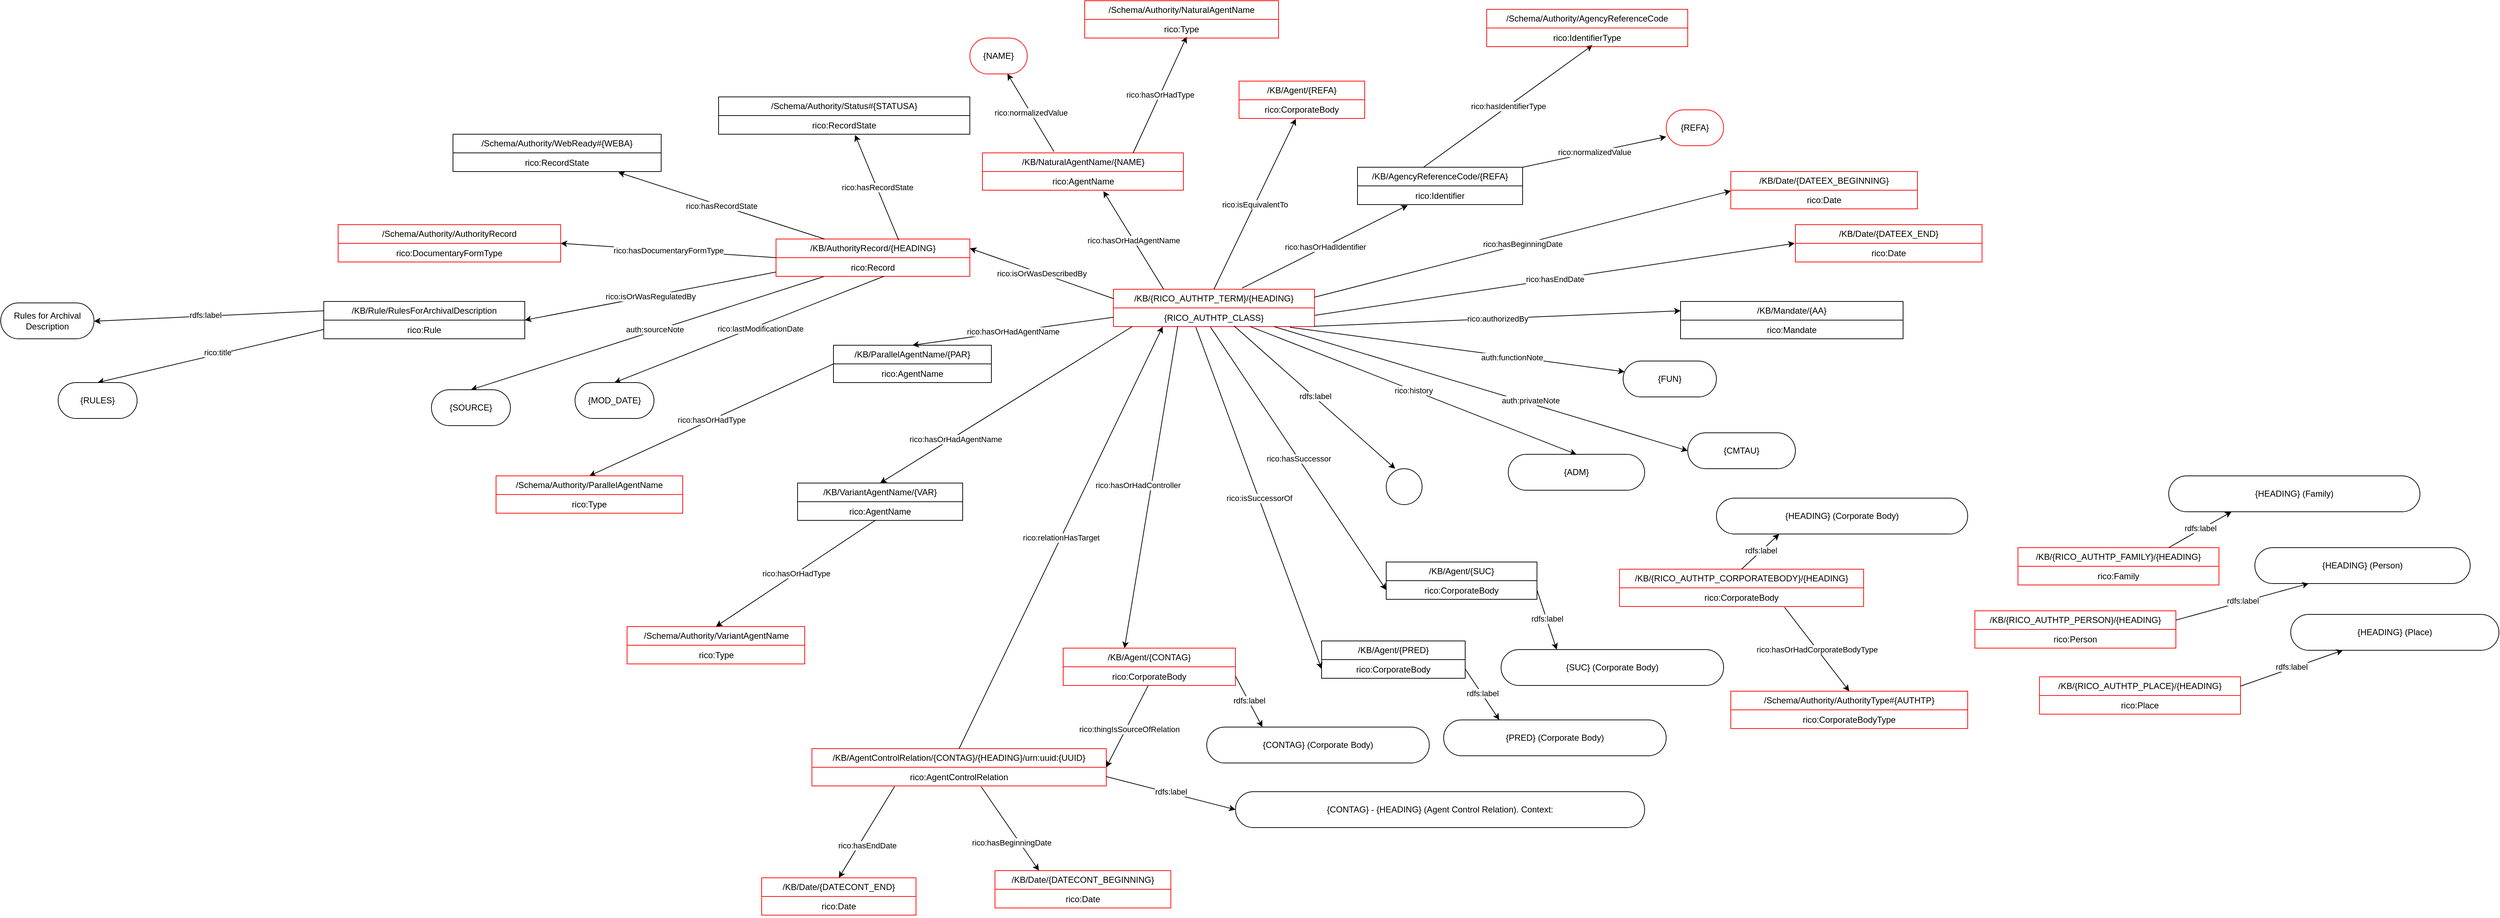
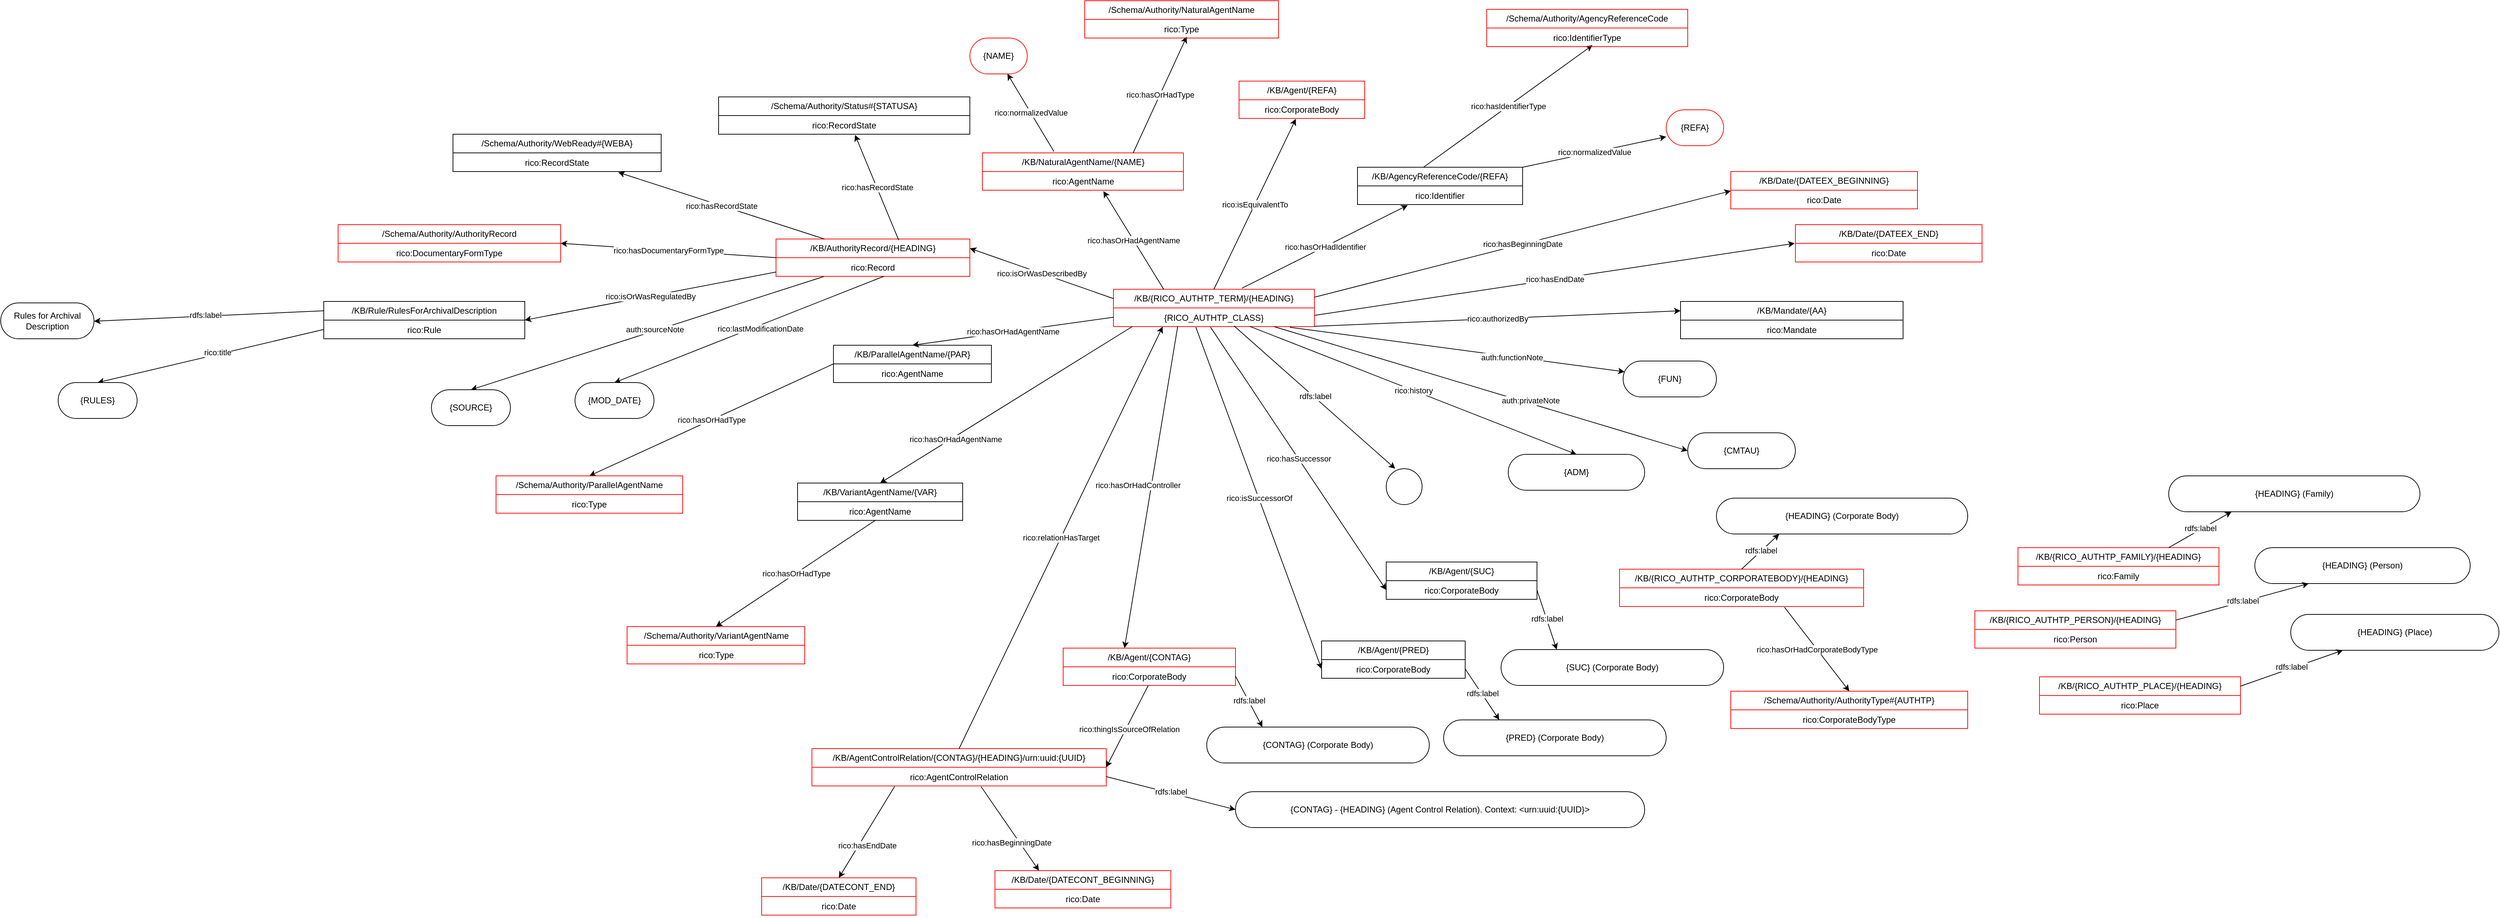
<mxfile host="app.diagrams.net" agent="Mozilla/5.0 (Macintosh; Intel Mac OS X 10_15_7) AppleWebKit/537.36 (KHTML, like Gecko) Chrome/137.0.0.0 Safari/537.36" version="27.1.6">
  <diagram name="Page-1" id="JNRxnBV9_3tvGunqLC9R">
    <mxGraphModel dx="2725" dy="1530" grid="1" gridSize="10" guides="1" tooltips="1" connect="1" arrows="1" fold="1" page="1" pageScale="1" pageWidth="850" pageHeight="1100" background="#FFFFFF" math="0" shadow="0">
      <root>
        <mxCell id="0" />
        <mxCell id="1" parent="0" />
        <mxCell id="gmwnegnUR_CNORKRYM6Y-1" value="/KB/{RICO_AUTHTP_TERM}/{HEADING}" style="swimlane;fontStyle=0;childLayout=stackLayout;horizontal=1;startSize=26;fillColor=none;horizontalStack=0;resizeParent=1;resizeParentMax=0;resizeLast=0;collapsible=1;marginBottom=0;whiteSpace=wrap;html=1;strokeColor=#FF0000;" parent="1" vertex="1">
          <mxGeometry x="240" y="370" width="280" height="52" as="geometry" />
        </mxCell>
        <mxCell id="gmwnegnUR_CNORKRYM6Y-2" value="{RICO_AUTHTP_CLASS}" style="text;strokeColor=none;fillColor=none;align=center;verticalAlign=top;spacingLeft=4;spacingRight=4;overflow=hidden;rotatable=0;points=[[0,0.5],[1,0.5]];portConstraint=eastwest;whiteSpace=wrap;html=1;" parent="gmwnegnUR_CNORKRYM6Y-1" vertex="1">
          <mxGeometry y="26" width="280" height="26" as="geometry" />
        </mxCell>
        <mxCell id="gmwnegnUR_CNORKRYM6Y-10" value="" style="endArrow=classic;html=1;rounded=0;exitX=0.356;exitY=-0.034;exitDx=0;exitDy=0;exitPerimeter=0;entryX=0.654;entryY=0.996;entryDx=0;entryDy=0;entryPerimeter=0;" parent="1" source="iiJ8OJKaNMLrSCaLO3TT-1" target="gmwnegnUR_CNORKRYM6Y-12" edge="1">
          <mxGeometry relative="1" as="geometry">
            <mxPoint x="230" y="180" as="sourcePoint" />
            <mxPoint x="190" y="130" as="targetPoint" />
          </mxGeometry>
        </mxCell>
        <mxCell id="gmwnegnUR_CNORKRYM6Y-11" value="rico:normalizedValue" style="edgeLabel;resizable=0;html=1;;align=center;verticalAlign=middle;" parent="gmwnegnUR_CNORKRYM6Y-10" connectable="0" vertex="1">
          <mxGeometry relative="1" as="geometry" />
        </mxCell>
        <mxCell id="gmwnegnUR_CNORKRYM6Y-12" value="{NAME}" style="html=1;whiteSpace=wrap;rounded=1;arcSize=50;strokeColor=#FF0000;" parent="1" vertex="1">
          <mxGeometry x="40" y="20" width="80" height="50" as="geometry" />
        </mxCell>
        <mxCell id="gmwnegnUR_CNORKRYM6Y-13" value="/KB/AgencyReferenceCode/{REFA}" style="swimlane;fontStyle=0;childLayout=stackLayout;horizontal=1;startSize=26;fillColor=none;horizontalStack=0;resizeParent=1;resizeParentMax=0;resizeLast=0;collapsible=1;marginBottom=0;whiteSpace=wrap;html=1;" parent="1" vertex="1">
          <mxGeometry x="580" y="200" width="230" height="52" as="geometry">
            <mxRectangle x="981" y="570" width="50" height="40" as="alternateBounds" />
          </mxGeometry>
        </mxCell>
        <mxCell id="gmwnegnUR_CNORKRYM6Y-14" value="rico:Identifier" style="text;strokeColor=none;fillColor=none;align=center;verticalAlign=top;spacingLeft=4;spacingRight=4;overflow=hidden;rotatable=0;points=[[0,0.5],[1,0.5]];portConstraint=eastwest;whiteSpace=wrap;html=1;" parent="gmwnegnUR_CNORKRYM6Y-13" vertex="1">
          <mxGeometry y="26" width="230" height="26" as="geometry" />
        </mxCell>
        <mxCell id="gmwnegnUR_CNORKRYM6Y-16" value="" style="endArrow=classic;html=1;rounded=0;entryX=0.304;entryY=1.038;entryDx=0;entryDy=0;entryPerimeter=0;exitX=0.64;exitY=-0.029;exitDx=0;exitDy=0;exitPerimeter=0;" parent="1" source="gmwnegnUR_CNORKRYM6Y-1" target="gmwnegnUR_CNORKRYM6Y-14" edge="1">
          <mxGeometry relative="1" as="geometry">
            <mxPoint x="410" y="350" as="sourcePoint" />
            <mxPoint x="490" y="300" as="targetPoint" />
          </mxGeometry>
        </mxCell>
        <mxCell id="gmwnegnUR_CNORKRYM6Y-17" value="rico:hasOrHadIdentifier" style="edgeLabel;resizable=0;html=1;;align=center;verticalAlign=middle;" parent="gmwnegnUR_CNORKRYM6Y-16" connectable="0" vertex="1">
          <mxGeometry relative="1" as="geometry" />
        </mxCell>
        <mxCell id="gmwnegnUR_CNORKRYM6Y-18" value="" style="endArrow=classic;html=1;rounded=0;exitX=0.4;exitY=0;exitDx=0;exitDy=0;exitPerimeter=0;entryX=0.526;entryY=0.923;entryDx=0;entryDy=0;entryPerimeter=0;" parent="1" source="gmwnegnUR_CNORKRYM6Y-13" target="lstVy3rX84DfsURla7Zy-17" edge="1">
          <mxGeometry relative="1" as="geometry">
            <mxPoint x="320" y="60" as="sourcePoint" />
            <mxPoint x="810" y="140" as="targetPoint" />
          </mxGeometry>
        </mxCell>
        <mxCell id="gmwnegnUR_CNORKRYM6Y-19" value="rico:hasIdentifierType" style="edgeLabel;resizable=0;html=1;;align=center;verticalAlign=middle;" parent="gmwnegnUR_CNORKRYM6Y-18" connectable="0" vertex="1">
          <mxGeometry relative="1" as="geometry" />
        </mxCell>
        <mxCell id="iiJ8OJKaNMLrSCaLO3TT-1" value="/KB/NaturalAgentName/{NAME}" style="swimlane;fontStyle=0;childLayout=stackLayout;horizontal=1;startSize=26;fillColor=none;horizontalStack=0;resizeParent=1;resizeParentMax=0;resizeLast=0;collapsible=1;marginBottom=0;whiteSpace=wrap;html=1;strokeColor=#FF0000;" parent="1" vertex="1">
          <mxGeometry x="57.5" y="180" width="280" height="52" as="geometry">
            <mxRectangle x="981" y="570" width="50" height="40" as="alternateBounds" />
          </mxGeometry>
        </mxCell>
        <mxCell id="iiJ8OJKaNMLrSCaLO3TT-2" value="rico:AgentName" style="text;strokeColor=none;fillColor=none;align=center;verticalAlign=top;spacingLeft=4;spacingRight=4;overflow=hidden;rotatable=0;points=[[0,0.5],[1,0.5]];portConstraint=eastwest;whiteSpace=wrap;html=1;" parent="iiJ8OJKaNMLrSCaLO3TT-1" vertex="1">
          <mxGeometry y="26" width="280" height="26" as="geometry" />
        </mxCell>
        <mxCell id="iiJ8OJKaNMLrSCaLO3TT-3" value="" style="endArrow=classic;html=1;rounded=0;exitX=0.25;exitY=0;exitDx=0;exitDy=0;entryX=0.602;entryY=1.051;entryDx=0;entryDy=0;entryPerimeter=0;" parent="1" source="gmwnegnUR_CNORKRYM6Y-1" target="iiJ8OJKaNMLrSCaLO3TT-2" edge="1">
          <mxGeometry relative="1" as="geometry">
            <mxPoint x="330" y="362" as="sourcePoint" />
            <mxPoint x="280" y="280" as="targetPoint" />
          </mxGeometry>
        </mxCell>
        <mxCell id="iiJ8OJKaNMLrSCaLO3TT-4" value="rico:hasOrHadAgentName" style="edgeLabel;resizable=0;html=1;;align=center;verticalAlign=middle;" parent="iiJ8OJKaNMLrSCaLO3TT-3" connectable="0" vertex="1">
          <mxGeometry relative="1" as="geometry" />
        </mxCell>
        <mxCell id="iiJ8OJKaNMLrSCaLO3TT-9" value="" style="endArrow=classic;html=1;rounded=0;exitX=1.001;exitY=0.212;exitDx=0;exitDy=0;exitPerimeter=0;entryX=0;entryY=0.038;entryDx=0;entryDy=0;strokeColor=#000000;entryPerimeter=0;" parent="1" source="gmwnegnUR_CNORKRYM6Y-1" target="iiJ8OJKaNMLrSCaLO3TT-12" edge="1">
          <mxGeometry relative="1" as="geometry">
            <mxPoint x="500" y="400.0000000000002" as="sourcePoint" />
            <mxPoint x="720" y="360" as="targetPoint" />
          </mxGeometry>
        </mxCell>
        <mxCell id="iiJ8OJKaNMLrSCaLO3TT-10" value="rico:hasBeginningDate" style="edgeLabel;resizable=0;html=1;;align=center;verticalAlign=middle;" parent="iiJ8OJKaNMLrSCaLO3TT-9" connectable="0" vertex="1">
          <mxGeometry relative="1" as="geometry" />
        </mxCell>
        <mxCell id="iiJ8OJKaNMLrSCaLO3TT-11" value="/KB/Date/{DATEEX_BEGINNING}" style="swimlane;fontStyle=0;childLayout=stackLayout;horizontal=1;startSize=26;fillColor=none;horizontalStack=0;resizeParent=1;resizeParentMax=0;resizeLast=0;collapsible=1;marginBottom=0;whiteSpace=wrap;html=1;strokeColor=#FF0000;" parent="1" vertex="1">
          <mxGeometry x="1100" y="206" width="260" height="52" as="geometry" />
        </mxCell>
        <mxCell id="iiJ8OJKaNMLrSCaLO3TT-12" value="rico:Date" style="text;strokeColor=none;fillColor=none;align=center;verticalAlign=top;spacingLeft=4;spacingRight=4;overflow=hidden;rotatable=0;points=[[0,0.5],[1,0.5]];portConstraint=eastwest;whiteSpace=wrap;html=1;" parent="iiJ8OJKaNMLrSCaLO3TT-11" vertex="1">
          <mxGeometry y="26" width="260" height="26" as="geometry" />
        </mxCell>
        <mxCell id="iiJ8OJKaNMLrSCaLO3TT-17" value="" style="endArrow=classic;html=1;rounded=0;exitX=1.001;exitY=0.397;exitDx=0;exitDy=0;exitPerimeter=0;entryX=-0.004;entryY=0;entryDx=0;entryDy=0;entryPerimeter=0;strokeColor=#000000;" parent="1" source="gmwnegnUR_CNORKRYM6Y-2" target="iiJ8OJKaNMLrSCaLO3TT-20" edge="1">
          <mxGeometry relative="1" as="geometry">
            <mxPoint x="480" y="400.0000000000002" as="sourcePoint" />
            <mxPoint x="620" y="400" as="targetPoint" />
          </mxGeometry>
        </mxCell>
        <mxCell id="iiJ8OJKaNMLrSCaLO3TT-18" value="rico:hasEndDate" style="edgeLabel;resizable=0;html=1;;align=center;verticalAlign=middle;" parent="iiJ8OJKaNMLrSCaLO3TT-17" connectable="0" vertex="1">
          <mxGeometry relative="1" as="geometry" />
        </mxCell>
        <mxCell id="iiJ8OJKaNMLrSCaLO3TT-19" value="/KB/Date/{DATEEX_END}" style="swimlane;fontStyle=0;childLayout=stackLayout;horizontal=1;startSize=26;fillColor=none;horizontalStack=0;resizeParent=1;resizeParentMax=0;resizeLast=0;collapsible=1;marginBottom=0;whiteSpace=wrap;html=1;strokeColor=#FF0000;" parent="1" vertex="1">
          <mxGeometry x="1190" y="280" width="260" height="52" as="geometry" />
        </mxCell>
        <mxCell id="iiJ8OJKaNMLrSCaLO3TT-20" value="rico:Date" style="text;strokeColor=none;fillColor=none;align=center;verticalAlign=top;spacingLeft=4;spacingRight=4;overflow=hidden;rotatable=0;points=[[0,0.5],[1,0.5]];portConstraint=eastwest;whiteSpace=wrap;html=1;" parent="iiJ8OJKaNMLrSCaLO3TT-19" vertex="1">
          <mxGeometry y="26" width="260" height="26" as="geometry" />
        </mxCell>
        <mxCell id="_-RjwaxhbeTWfwVWe4ke-1" value="/KB/Mandate/{AA}" style="swimlane;fontStyle=0;childLayout=stackLayout;horizontal=1;startSize=26;fillColor=none;horizontalStack=0;resizeParent=1;resizeParentMax=0;resizeLast=0;collapsible=1;marginBottom=0;whiteSpace=wrap;html=1;" parent="1" vertex="1">
          <mxGeometry x="1030" y="387" width="310" height="52" as="geometry" />
        </mxCell>
        <mxCell id="_-RjwaxhbeTWfwVWe4ke-2" value="rico:Mandate" style="text;strokeColor=none;fillColor=none;align=center;verticalAlign=top;spacingLeft=4;spacingRight=4;overflow=hidden;rotatable=0;points=[[0,0.5],[1,0.5]];portConstraint=eastwest;whiteSpace=wrap;html=1;" parent="_-RjwaxhbeTWfwVWe4ke-1" vertex="1">
          <mxGeometry y="26" width="310" height="26" as="geometry" />
        </mxCell>
        <mxCell id="_-RjwaxhbeTWfwVWe4ke-3" value="" style="endArrow=classic;html=1;rounded=0;exitX=0.999;exitY=0.987;exitDx=0;exitDy=0;exitPerimeter=0;entryX=0;entryY=0.25;entryDx=0;entryDy=0;" parent="1" source="gmwnegnUR_CNORKRYM6Y-2" target="_-RjwaxhbeTWfwVWe4ke-1" edge="1">
          <mxGeometry relative="1" as="geometry">
            <mxPoint x="490" y="500" as="sourcePoint" />
            <mxPoint x="630" y="500" as="targetPoint" />
          </mxGeometry>
        </mxCell>
        <mxCell id="_-RjwaxhbeTWfwVWe4ke-4" value="rico:authorizedBy" style="edgeLabel;resizable=0;html=1;;align=center;verticalAlign=middle;" parent="_-RjwaxhbeTWfwVWe4ke-3" connectable="0" vertex="1">
          <mxGeometry relative="1" as="geometry" />
        </mxCell>
        <mxCell id="_-RjwaxhbeTWfwVWe4ke-13" value="" style="endArrow=classic;html=1;rounded=0;exitX=0.678;exitY=0.987;exitDx=0;exitDy=0;exitPerimeter=0;entryX=0.5;entryY=0;entryDx=0;entryDy=0;" parent="1" source="gmwnegnUR_CNORKRYM6Y-2" target="_-RjwaxhbeTWfwVWe4ke-15" edge="1">
          <mxGeometry relative="1" as="geometry">
            <mxPoint x="330" y="540" as="sourcePoint" />
            <mxPoint x="600" y="630" as="targetPoint" />
          </mxGeometry>
        </mxCell>
        <mxCell id="_-RjwaxhbeTWfwVWe4ke-14" value="rico:history" style="edgeLabel;resizable=0;html=1;;align=center;verticalAlign=middle;" parent="_-RjwaxhbeTWfwVWe4ke-13" connectable="0" vertex="1">
          <mxGeometry relative="1" as="geometry" />
        </mxCell>
        <mxCell id="_-RjwaxhbeTWfwVWe4ke-15" value="{ADM}" style="html=1;whiteSpace=wrap;rounded=1;arcSize=50;" parent="1" vertex="1">
          <mxGeometry x="790" y="600" width="190" height="50" as="geometry" />
        </mxCell>
        <mxCell id="I4GB3cVhTv-sTvJ7h0Jz-26" value="" style="endArrow=classic;html=1;rounded=0;entryX=0.5;entryY=0;entryDx=0;entryDy=0;exitX=0.25;exitY=1;exitDx=0;exitDy=0;" parent="1" source="I4GB3cVhTv-sTvJ7h0Jz-29" target="I4GB3cVhTv-sTvJ7h0Jz-28" edge="1">
          <mxGeometry relative="1" as="geometry">
            <mxPoint x="-141" y="400" as="sourcePoint" />
            <mxPoint x="-140" y="650" as="targetPoint" />
          </mxGeometry>
        </mxCell>
        <mxCell id="I4GB3cVhTv-sTvJ7h0Jz-27" value="auth:sourceNote" style="edgeLabel;resizable=0;html=1;;align=center;verticalAlign=middle;" parent="I4GB3cVhTv-sTvJ7h0Jz-26" connectable="0" vertex="1">
          <mxGeometry relative="1" as="geometry">
            <mxPoint x="9" y="-5" as="offset" />
          </mxGeometry>
        </mxCell>
        <mxCell id="I4GB3cVhTv-sTvJ7h0Jz-28" value="{SOURCE}" style="html=1;whiteSpace=wrap;rounded=1;arcSize=50;" parent="1" vertex="1">
          <mxGeometry x="-710" y="510" width="110" height="50" as="geometry" />
        </mxCell>
        <mxCell id="I4GB3cVhTv-sTvJ7h0Jz-29" value="/KB/AuthorityRecord/{HEADING}" style="swimlane;fontStyle=0;childLayout=stackLayout;horizontal=1;startSize=26;fillColor=none;horizontalStack=0;resizeParent=1;resizeParentMax=0;resizeLast=0;collapsible=1;marginBottom=0;whiteSpace=wrap;html=1;strokeColor=#FF0000;" parent="1" vertex="1">
          <mxGeometry x="-230" y="300" width="270" height="52" as="geometry" />
        </mxCell>
        <mxCell id="I4GB3cVhTv-sTvJ7h0Jz-30" value="rico:Record" style="text;strokeColor=none;fillColor=none;align=center;verticalAlign=top;spacingLeft=4;spacingRight=4;overflow=hidden;rotatable=0;points=[[0,0.5],[1,0.5]];portConstraint=eastwest;whiteSpace=wrap;html=1;" parent="I4GB3cVhTv-sTvJ7h0Jz-29" vertex="1">
          <mxGeometry y="26" width="270" height="26" as="geometry" />
        </mxCell>
        <mxCell id="I4GB3cVhTv-sTvJ7h0Jz-31" value="" style="endArrow=classic;html=1;rounded=0;exitX=0;exitY=0.25;exitDx=0;exitDy=0;entryX=1;entryY=0.25;entryDx=0;entryDy=0;" parent="1" source="gmwnegnUR_CNORKRYM6Y-1" target="I4GB3cVhTv-sTvJ7h0Jz-29" edge="1">
          <mxGeometry relative="1" as="geometry">
            <mxPoint x="160" y="386" as="sourcePoint" />
            <mxPoint x="-110" y="380" as="targetPoint" />
          </mxGeometry>
        </mxCell>
        <mxCell id="I4GB3cVhTv-sTvJ7h0Jz-32" value="rico:isOrWasDescribedBy" style="edgeLabel;resizable=0;html=1;;align=center;verticalAlign=middle;" parent="I4GB3cVhTv-sTvJ7h0Jz-31" connectable="0" vertex="1">
          <mxGeometry relative="1" as="geometry" />
        </mxCell>
        <mxCell id="I4GB3cVhTv-sTvJ7h0Jz-33" value="" style="endArrow=classic;html=1;rounded=0;exitX=0;exitY=0.5;exitDx=0;exitDy=0;entryX=1;entryY=0.5;entryDx=0;entryDy=0;" parent="1" source="I4GB3cVhTv-sTvJ7h0Jz-29" target="I4GB3cVhTv-sTvJ7h0Jz-35" edge="1">
          <mxGeometry relative="1" as="geometry">
            <mxPoint x="-200" y="364" as="sourcePoint" />
            <mxPoint x="-410" y="410" as="targetPoint" />
          </mxGeometry>
        </mxCell>
        <mxCell id="I4GB3cVhTv-sTvJ7h0Jz-34" value="rico:hasDocumentaryFormType" style="edgeLabel;resizable=0;html=1;;align=center;verticalAlign=middle;" parent="I4GB3cVhTv-sTvJ7h0Jz-33" connectable="0" vertex="1">
          <mxGeometry relative="1" as="geometry" />
        </mxCell>
        <mxCell id="I4GB3cVhTv-sTvJ7h0Jz-35" value="/Schema/Authority/AuthorityRecord" style="swimlane;fontStyle=0;childLayout=stackLayout;horizontal=1;startSize=26;fillColor=none;horizontalStack=0;resizeParent=1;resizeParentMax=0;resizeLast=0;collapsible=1;marginBottom=0;whiteSpace=wrap;html=1;strokeColor=#FF0000;" parent="1" vertex="1">
          <mxGeometry x="-840" y="280" width="310" height="52" as="geometry">
            <mxRectangle x="981" y="570" width="50" height="40" as="alternateBounds" />
          </mxGeometry>
        </mxCell>
        <mxCell id="I4GB3cVhTv-sTvJ7h0Jz-36" value="rico:DocumentaryFormType" style="text;strokeColor=none;fillColor=none;align=center;verticalAlign=top;spacingLeft=4;spacingRight=4;overflow=hidden;rotatable=0;points=[[0,0.5],[1,0.5]];portConstraint=eastwest;whiteSpace=wrap;html=1;" parent="I4GB3cVhTv-sTvJ7h0Jz-35" vertex="1">
          <mxGeometry y="26" width="310" height="26" as="geometry" />
        </mxCell>
        <mxCell id="I4GB3cVhTv-sTvJ7h0Jz-37" value="" style="endArrow=classic;html=1;rounded=0;exitX=0;exitY=0.769;exitDx=0;exitDy=0;exitPerimeter=0;entryX=1;entryY=0.5;entryDx=0;entryDy=0;" parent="1" source="I4GB3cVhTv-sTvJ7h0Jz-30" target="mXWEuhzCrtuQsP6tQl7L-1" edge="1">
          <mxGeometry relative="1" as="geometry">
            <mxPoint x="-201" y="382" as="sourcePoint" />
            <mxPoint x="-411" y="470" as="targetPoint" />
          </mxGeometry>
        </mxCell>
        <mxCell id="I4GB3cVhTv-sTvJ7h0Jz-38" value="rico:isOrWasRegulatedBy" style="edgeLabel;resizable=0;html=1;;align=center;verticalAlign=middle;" parent="I4GB3cVhTv-sTvJ7h0Jz-37" connectable="0" vertex="1">
          <mxGeometry relative="1" as="geometry" />
        </mxCell>
        <mxCell id="lTHjRTAcClQ9bYR0I0Gv-9" value="" style="endArrow=classic;html=1;rounded=0;exitX=0.25;exitY=0;exitDx=0;exitDy=0;entryX=0.794;entryY=1.045;entryDx=0;entryDy=0;entryPerimeter=0;" parent="1" source="I4GB3cVhTv-sTvJ7h0Jz-29" target="lTHjRTAcClQ9bYR0I0Gv-12" edge="1">
          <mxGeometry relative="1" as="geometry">
            <mxPoint x="-220" y="422" as="sourcePoint" />
            <mxPoint x="-260" y="390" as="targetPoint" />
          </mxGeometry>
        </mxCell>
        <mxCell id="lTHjRTAcClQ9bYR0I0Gv-10" value="rico:hasRecordState" style="edgeLabel;resizable=0;html=1;;align=center;verticalAlign=middle;" parent="lTHjRTAcClQ9bYR0I0Gv-9" connectable="0" vertex="1">
          <mxGeometry relative="1" as="geometry" />
        </mxCell>
        <mxCell id="lTHjRTAcClQ9bYR0I0Gv-11" value="/Schema/Authority/WebReady#{WEBA}" style="swimlane;fontStyle=0;childLayout=stackLayout;horizontal=1;startSize=26;fillColor=none;horizontalStack=0;resizeParent=1;resizeParentMax=0;resizeLast=0;collapsible=1;marginBottom=0;whiteSpace=wrap;html=1;" parent="1" vertex="1">
          <mxGeometry x="-680" y="154" width="290" height="52" as="geometry">
            <mxRectangle x="981" y="570" width="50" height="40" as="alternateBounds" />
          </mxGeometry>
        </mxCell>
        <mxCell id="lTHjRTAcClQ9bYR0I0Gv-12" value="rico:RecordState" style="text;strokeColor=none;fillColor=none;align=center;verticalAlign=top;spacingLeft=4;spacingRight=4;overflow=hidden;rotatable=0;points=[[0,0.5],[1,0.5]];portConstraint=eastwest;whiteSpace=wrap;html=1;" parent="lTHjRTAcClQ9bYR0I0Gv-11" vertex="1">
          <mxGeometry y="26" width="290" height="26" as="geometry" />
        </mxCell>
        <mxCell id="lTHjRTAcClQ9bYR0I0Gv-13" value="/Schema/Authority/Status#{STATUSA}" style="swimlane;fontStyle=0;childLayout=stackLayout;horizontal=1;startSize=26;fillColor=none;horizontalStack=0;resizeParent=1;resizeParentMax=0;resizeLast=0;collapsible=1;marginBottom=0;whiteSpace=wrap;html=1;" parent="1" vertex="1">
          <mxGeometry x="-310" y="102" width="350" height="52" as="geometry">
            <mxRectangle x="981" y="570" width="50" height="40" as="alternateBounds" />
          </mxGeometry>
        </mxCell>
        <mxCell id="lTHjRTAcClQ9bYR0I0Gv-14" value="rico:RecordState" style="text;strokeColor=none;fillColor=none;align=center;verticalAlign=top;spacingLeft=4;spacingRight=4;overflow=hidden;rotatable=0;points=[[0,0.5],[1,0.5]];portConstraint=eastwest;whiteSpace=wrap;html=1;" parent="lTHjRTAcClQ9bYR0I0Gv-13" vertex="1">
          <mxGeometry y="26" width="350" height="26" as="geometry" />
        </mxCell>
        <mxCell id="lTHjRTAcClQ9bYR0I0Gv-15" value="" style="endArrow=classic;html=1;rounded=0;entryX=0.543;entryY=1.038;entryDx=0;entryDy=0;entryPerimeter=0;exitX=0.633;exitY=0.03;exitDx=0;exitDy=0;exitPerimeter=0;" parent="1" source="I4GB3cVhTv-sTvJ7h0Jz-29" target="lTHjRTAcClQ9bYR0I0Gv-14" edge="1">
          <mxGeometry relative="1" as="geometry">
            <mxPoint x="-160" y="420" as="sourcePoint" />
            <mxPoint x="-110" y="380" as="targetPoint" />
          </mxGeometry>
        </mxCell>
        <mxCell id="lTHjRTAcClQ9bYR0I0Gv-16" value="rico:hasRecordState" style="edgeLabel;resizable=0;html=1;;align=center;verticalAlign=middle;" parent="lTHjRTAcClQ9bYR0I0Gv-15" connectable="0" vertex="1">
          <mxGeometry relative="1" as="geometry" />
        </mxCell>
        <mxCell id="QoX8hO-0wcaPtYNZqJav-1" value="{FUN}" style="html=1;whiteSpace=wrap;rounded=1;arcSize=50;" parent="1" vertex="1">
          <mxGeometry x="950" y="470" width="130" height="50" as="geometry" />
        </mxCell>
        <mxCell id="QoX8hO-0wcaPtYNZqJav-2" value="" style="endArrow=classic;html=1;rounded=0;exitX=0.878;exitY=1.038;exitDx=0;exitDy=0;exitPerimeter=0;entryX=0.016;entryY=0.3;entryDx=0;entryDy=0;entryPerimeter=0;" parent="1" source="gmwnegnUR_CNORKRYM6Y-2" target="QoX8hO-0wcaPtYNZqJav-1" edge="1">
          <mxGeometry relative="1" as="geometry">
            <mxPoint x="560" y="443.5" as="sourcePoint" />
            <mxPoint x="690" y="570" as="targetPoint" />
          </mxGeometry>
        </mxCell>
        <mxCell id="QoX8hO-0wcaPtYNZqJav-3" value="auth:functionNote" style="edgeLabel;resizable=0;html=1;;align=center;verticalAlign=middle;" parent="QoX8hO-0wcaPtYNZqJav-2" connectable="0" vertex="1">
          <mxGeometry relative="1" as="geometry">
            <mxPoint x="76" y="11" as="offset" />
          </mxGeometry>
        </mxCell>
        <mxCell id="lstVy3rX84DfsURla7Zy-16" value="/Schema/Authority/AgencyReferenceCode" style="swimlane;fontStyle=0;childLayout=stackLayout;horizontal=1;startSize=26;fillColor=none;horizontalStack=0;resizeParent=1;resizeParentMax=0;resizeLast=0;collapsible=1;marginBottom=0;whiteSpace=wrap;html=1;strokeColor=#FF0000;" parent="1" vertex="1">
          <mxGeometry x="760" y="-20" width="280" height="52" as="geometry">
            <mxRectangle x="981" y="570" width="50" height="40" as="alternateBounds" />
          </mxGeometry>
        </mxCell>
        <mxCell id="lstVy3rX84DfsURla7Zy-17" value="rico:IdentifierType" style="text;strokeColor=none;fillColor=none;align=center;verticalAlign=top;spacingLeft=4;spacingRight=4;overflow=hidden;rotatable=0;points=[[0,0.5],[1,0.5]];portConstraint=eastwest;whiteSpace=wrap;html=1;" parent="lstVy3rX84DfsURla7Zy-16" vertex="1">
          <mxGeometry y="26" width="280" height="26" as="geometry" />
        </mxCell>
        <mxCell id="lstVy3rX84DfsURla7Zy-30" value="" style="endArrow=classic;html=1;rounded=0;exitX=1;exitY=0;exitDx=0;exitDy=0;entryX=0;entryY=0.75;entryDx=0;entryDy=0;" parent="1" source="gmwnegnUR_CNORKRYM6Y-13" target="lstVy3rX84DfsURla7Zy-32" edge="1">
          <mxGeometry relative="1" as="geometry">
            <mxPoint x="1109" y="222" as="sourcePoint" />
            <mxPoint x="1090" y="164" as="targetPoint" />
          </mxGeometry>
        </mxCell>
        <mxCell id="lstVy3rX84DfsURla7Zy-31" value="rico:normalizedValue" style="edgeLabel;resizable=0;html=1;;align=center;verticalAlign=middle;" parent="lstVy3rX84DfsURla7Zy-30" connectable="0" vertex="1">
          <mxGeometry relative="1" as="geometry" />
        </mxCell>
        <mxCell id="lstVy3rX84DfsURla7Zy-32" value="{REFA}" style="html=1;whiteSpace=wrap;rounded=1;arcSize=50;strokeColor=#FF0000;" parent="1" vertex="1">
          <mxGeometry x="1010" y="120" width="80" height="50" as="geometry" />
        </mxCell>
        <mxCell id="LdrxgRQo7zRXQQt_UOkl-3" value="" style="endArrow=classic;html=1;rounded=0;exitX=0.32;exitY=0.972;exitDx=0;exitDy=0;exitPerimeter=0;entryX=0.356;entryY=0;entryDx=0;entryDy=0;entryPerimeter=0;" parent="1" source="gmwnegnUR_CNORKRYM6Y-2" target="LdrxgRQo7zRXQQt_UOkl-5" edge="1">
          <mxGeometry relative="1" as="geometry">
            <mxPoint x="170" y="1120" as="sourcePoint" />
            <mxPoint x="420" y="1270.6666259765625" as="targetPoint" />
          </mxGeometry>
        </mxCell>
        <mxCell id="LdrxgRQo7zRXQQt_UOkl-4" value="rico:hasOrHadController" style="edgeLabel;resizable=0;html=1;;align=center;verticalAlign=middle;" parent="LdrxgRQo7zRXQQt_UOkl-3" connectable="0" vertex="1">
          <mxGeometry relative="1" as="geometry">
            <mxPoint x="-19" y="-3" as="offset" />
          </mxGeometry>
        </mxCell>
        <mxCell id="LdrxgRQo7zRXQQt_UOkl-5" value="/KB/Agent/{CONTAG}" style="swimlane;fontStyle=0;childLayout=stackLayout;horizontal=1;startSize=26;fillColor=none;horizontalStack=0;resizeParent=1;resizeParentMax=0;resizeLast=0;collapsible=1;marginBottom=0;whiteSpace=wrap;html=1;strokeColor=#FF0000;" parent="1" vertex="1">
          <mxGeometry x="170" y="870" width="240" height="52" as="geometry" />
        </mxCell>
        <mxCell id="LdrxgRQo7zRXQQt_UOkl-6" value="rico:CorporateBody" style="text;strokeColor=none;fillColor=none;align=center;verticalAlign=top;spacingLeft=4;spacingRight=4;overflow=hidden;rotatable=0;points=[[0,0.5],[1,0.5]];portConstraint=eastwest;whiteSpace=wrap;html=1;" parent="LdrxgRQo7zRXQQt_UOkl-5" vertex="1">
          <mxGeometry y="26" width="240" height="26" as="geometry" />
        </mxCell>
-         <mxCell id="LdrxgRQo7zRXQQt_UOkl-7" value="/KB/AgentControlRelation/{CONTAG}/{HEADING}/urn:uuid:{UUID}" style="swimlane;fontStyle=0;childLayout=stackLayout;horizontal=1;startSize=26;fillColor=none;horizontalStack=0;resizeParent=1;resizeParentMax=0;resizeLast=0;collapsible=1;marginBottom=0;whiteSpace=wrap;html=1;strokeColor=#FF0000;" parent="1" vertex="1">
+         <mxCell id="LdrxgRQo7zRXQQt_UOkl-7" value="/KB/AgentControlRelation/{CONTAG}/{HEADING}/urn:uuid:&lt;span&gt;{UUID}&lt;/span&gt;" style="swimlane;fontStyle=0;childLayout=stackLayout;horizontal=1;startSize=26;fillColor=none;horizontalStack=0;resizeParent=1;resizeParentMax=0;resizeLast=0;collapsible=1;marginBottom=0;whiteSpace=wrap;html=1;strokeColor=#FF0000;" parent="1" vertex="1">
          <mxGeometry x="-180" y="1010" width="410" height="52" as="geometry" />
        </mxCell>
        <mxCell id="LdrxgRQo7zRXQQt_UOkl-8" value="rico:AgentControlRelation" style="text;strokeColor=none;fillColor=none;align=center;verticalAlign=top;spacingLeft=4;spacingRight=4;overflow=hidden;rotatable=0;points=[[0,0.5],[1,0.5]];portConstraint=eastwest;whiteSpace=wrap;html=1;" parent="LdrxgRQo7zRXQQt_UOkl-7" vertex="1">
          <mxGeometry y="26" width="410" height="26" as="geometry" />
        </mxCell>
        <mxCell id="LdrxgRQo7zRXQQt_UOkl-9" value="" style="endArrow=classic;html=1;rounded=0;entryX=1;entryY=0.5;entryDx=0;entryDy=0;exitX=0.493;exitY=1.012;exitDx=0;exitDy=0;exitPerimeter=0;" parent="1" source="LdrxgRQo7zRXQQt_UOkl-6" target="LdrxgRQo7zRXQQt_UOkl-7" edge="1">
          <mxGeometry relative="1" as="geometry">
            <mxPoint x="590" y="1630" as="sourcePoint" />
            <mxPoint x="480" y="1490" as="targetPoint" />
          </mxGeometry>
        </mxCell>
        <mxCell id="LdrxgRQo7zRXQQt_UOkl-10" value="rico:thingIsSourceOfRelation" style="edgeLabel;resizable=0;html=1;;align=center;verticalAlign=middle;" parent="LdrxgRQo7zRXQQt_UOkl-9" connectable="0" vertex="1">
          <mxGeometry relative="1" as="geometry">
            <mxPoint x="3" y="3" as="offset" />
          </mxGeometry>
        </mxCell>
        <mxCell id="LdrxgRQo7zRXQQt_UOkl-11" value="" style="endArrow=classic;html=1;rounded=0;entryX=0.245;entryY=1.005;entryDx=0;entryDy=0;entryPerimeter=0;exitX=0.5;exitY=0;exitDx=0;exitDy=0;" parent="1" source="LdrxgRQo7zRXQQt_UOkl-7" target="gmwnegnUR_CNORKRYM6Y-2" edge="1">
          <mxGeometry relative="1" as="geometry">
            <mxPoint x="420" y="1292" as="sourcePoint" />
            <mxPoint x="319.5" y="1380" as="targetPoint" />
          </mxGeometry>
        </mxCell>
        <mxCell id="LdrxgRQo7zRXQQt_UOkl-12" value="rico:relationHasTarget" style="edgeLabel;resizable=0;html=1;;align=center;verticalAlign=middle;" parent="LdrxgRQo7zRXQQt_UOkl-11" connectable="0" vertex="1">
          <mxGeometry relative="1" as="geometry" />
        </mxCell>
        <mxCell id="LdrxgRQo7zRXQQt_UOkl-13" value="" style="endArrow=classic;html=1;rounded=0;exitX=0.575;exitY=1.043;exitDx=0;exitDy=0;exitPerimeter=0;entryX=0.25;entryY=0;entryDx=0;entryDy=0;" parent="1" source="LdrxgRQo7zRXQQt_UOkl-8" target="LdrxgRQo7zRXQQt_UOkl-15" edge="1">
          <mxGeometry relative="1" as="geometry">
            <mxPoint x="530" y="1472" as="sourcePoint" />
            <mxPoint x="500" y="1610" as="targetPoint" />
          </mxGeometry>
        </mxCell>
        <mxCell id="LdrxgRQo7zRXQQt_UOkl-14" value="rico:hasBeginningDate" style="edgeLabel;resizable=0;html=1;;align=center;verticalAlign=middle;" parent="LdrxgRQo7zRXQQt_UOkl-13" connectable="0" vertex="1">
          <mxGeometry relative="1" as="geometry">
            <mxPoint x="2" y="19" as="offset" />
          </mxGeometry>
        </mxCell>
        <mxCell id="LdrxgRQo7zRXQQt_UOkl-15" value="/KB/Date/{DATECONT_BEGINNING}" style="swimlane;fontStyle=0;childLayout=stackLayout;horizontal=1;startSize=26;fillColor=none;horizontalStack=0;resizeParent=1;resizeParentMax=0;resizeLast=0;collapsible=1;marginBottom=0;whiteSpace=wrap;html=1;strokeColor=#FF0000;" parent="1" vertex="1">
          <mxGeometry x="75" y="1180" width="245" height="52" as="geometry" />
        </mxCell>
        <mxCell id="LdrxgRQo7zRXQQt_UOkl-16" value="rico:Date" style="text;strokeColor=none;fillColor=none;align=center;verticalAlign=top;spacingLeft=4;spacingRight=4;overflow=hidden;rotatable=0;points=[[0,0.5],[1,0.5]];portConstraint=eastwest;whiteSpace=wrap;html=1;" parent="LdrxgRQo7zRXQQt_UOkl-15" vertex="1">
          <mxGeometry y="26" width="245" height="26" as="geometry" />
        </mxCell>
        <mxCell id="LdrxgRQo7zRXQQt_UOkl-17" value="" style="endArrow=classic;html=1;rounded=0;entryX=0.5;entryY=0;entryDx=0;entryDy=0;exitX=0.281;exitY=1.029;exitDx=0;exitDy=0;exitPerimeter=0;" parent="1" source="LdrxgRQo7zRXQQt_UOkl-8" target="LdrxgRQo7zRXQQt_UOkl-19" edge="1">
          <mxGeometry relative="1" as="geometry">
            <mxPoint x="460" y="1480" as="sourcePoint" />
            <mxPoint x="460" y="1730" as="targetPoint" />
          </mxGeometry>
        </mxCell>
        <mxCell id="LdrxgRQo7zRXQQt_UOkl-18" value="rico:hasEndDate" style="edgeLabel;resizable=0;html=1;;align=center;verticalAlign=middle;" parent="LdrxgRQo7zRXQQt_UOkl-17" connectable="0" vertex="1">
          <mxGeometry relative="1" as="geometry">
            <mxPoint y="18" as="offset" />
          </mxGeometry>
        </mxCell>
        <mxCell id="LdrxgRQo7zRXQQt_UOkl-19" value="/KB/Date/{DATECONT_END}" style="swimlane;fontStyle=0;childLayout=stackLayout;horizontal=1;startSize=26;fillColor=none;horizontalStack=0;resizeParent=1;resizeParentMax=0;resizeLast=0;collapsible=1;marginBottom=0;whiteSpace=wrap;html=1;strokeColor=#FF0000;" parent="1" vertex="1">
          <mxGeometry x="-250" y="1190" width="215" height="52" as="geometry" />
        </mxCell>
        <mxCell id="LdrxgRQo7zRXQQt_UOkl-20" value="rico:Date" style="text;strokeColor=none;fillColor=none;align=center;verticalAlign=top;spacingLeft=4;spacingRight=4;overflow=hidden;rotatable=0;points=[[0,0.5],[1,0.5]];portConstraint=eastwest;whiteSpace=wrap;html=1;" parent="LdrxgRQo7zRXQQt_UOkl-19" vertex="1">
          <mxGeometry y="26" width="215" height="26" as="geometry" />
        </mxCell>
        <mxCell id="LdrxgRQo7zRXQQt_UOkl-21" value="" style="endArrow=classic;html=1;rounded=0;entryX=0.5;entryY=0;entryDx=0;entryDy=0;exitX=0.093;exitY=1.005;exitDx=0;exitDy=0;exitPerimeter=0;" parent="1" source="gmwnegnUR_CNORKRYM6Y-2" target="LdrxgRQo7zRXQQt_UOkl-23" edge="1">
          <mxGeometry relative="1" as="geometry">
            <mxPoint x="250" y="620" as="sourcePoint" />
            <mxPoint x="-100" y="880" as="targetPoint" />
          </mxGeometry>
        </mxCell>
        <mxCell id="LdrxgRQo7zRXQQt_UOkl-22" value="rico:hasOrHadAgentName" style="edgeLabel;resizable=0;html=1;;align=center;verticalAlign=middle;" parent="LdrxgRQo7zRXQQt_UOkl-21" connectable="0" vertex="1">
          <mxGeometry relative="1" as="geometry">
            <mxPoint x="-71" y="48" as="offset" />
          </mxGeometry>
        </mxCell>
        <mxCell id="LdrxgRQo7zRXQQt_UOkl-23" value="/KB/VariantAgentName/{VAR}" style="swimlane;fontStyle=0;childLayout=stackLayout;horizontal=1;startSize=26;fillColor=none;horizontalStack=0;resizeParent=1;resizeParentMax=0;resizeLast=0;collapsible=1;marginBottom=0;whiteSpace=wrap;html=1;" parent="1" vertex="1">
          <mxGeometry x="-200" y="640" width="230" height="52" as="geometry">
            <mxRectangle x="981" y="570" width="50" height="40" as="alternateBounds" />
          </mxGeometry>
        </mxCell>
        <mxCell id="LdrxgRQo7zRXQQt_UOkl-24" value="rico:AgentName" style="text;strokeColor=none;fillColor=none;align=center;verticalAlign=top;spacingLeft=4;spacingRight=4;overflow=hidden;rotatable=0;points=[[0,0.5],[1,0.5]];portConstraint=eastwest;whiteSpace=wrap;html=1;" parent="LdrxgRQo7zRXQQt_UOkl-23" vertex="1">
          <mxGeometry y="26" width="230" height="26" as="geometry" />
        </mxCell>
        <mxCell id="LdrxgRQo7zRXQQt_UOkl-28" value="" style="endArrow=classic;html=1;rounded=0;entryX=0;entryY=0.5;entryDx=0;entryDy=0;exitX=0.41;exitY=1.032;exitDx=0;exitDy=0;exitPerimeter=0;" parent="1" source="gmwnegnUR_CNORKRYM6Y-2" target="LdrxgRQo7zRXQQt_UOkl-31" edge="1">
          <mxGeometry relative="1" as="geometry">
            <mxPoint x="400" y="550" as="sourcePoint" />
            <mxPoint x="425" y="918" as="targetPoint" />
          </mxGeometry>
        </mxCell>
        <mxCell id="LdrxgRQo7zRXQQt_UOkl-29" value="rico:isSuccessorOf" style="edgeLabel;resizable=0;html=1;;align=center;verticalAlign=middle;" parent="LdrxgRQo7zRXQQt_UOkl-28" connectable="0" vertex="1">
          <mxGeometry relative="1" as="geometry" />
        </mxCell>
        <mxCell id="LdrxgRQo7zRXQQt_UOkl-30" value="/KB/Agent/{PRED}" style="swimlane;fontStyle=0;childLayout=stackLayout;horizontal=1;startSize=26;fillColor=none;horizontalStack=0;resizeParent=1;resizeParentMax=0;resizeLast=0;collapsible=1;marginBottom=0;whiteSpace=wrap;html=1;strokeColor=#000000;" parent="1" vertex="1">
          <mxGeometry x="530" y="860" width="200" height="52" as="geometry" />
        </mxCell>
        <mxCell id="LdrxgRQo7zRXQQt_UOkl-31" value="rico:CorporateBody" style="text;strokeColor=none;fillColor=none;align=center;verticalAlign=top;spacingLeft=4;spacingRight=4;overflow=hidden;rotatable=0;points=[[0,0.5],[1,0.5]];portConstraint=eastwest;whiteSpace=wrap;html=1;" parent="LdrxgRQo7zRXQQt_UOkl-30" vertex="1">
          <mxGeometry y="26" width="200" height="26" as="geometry" />
        </mxCell>
        <mxCell id="LdrxgRQo7zRXQQt_UOkl-32" value="" style="endArrow=classic;html=1;rounded=0;exitX=0.483;exitY=1.032;exitDx=0;exitDy=0;entryX=0;entryY=0.5;entryDx=0;entryDy=0;exitPerimeter=0;" parent="1" source="gmwnegnUR_CNORKRYM6Y-2" target="LdrxgRQo7zRXQQt_UOkl-35" edge="1">
          <mxGeometry relative="1" as="geometry">
            <mxPoint x="510" y="710" as="sourcePoint" />
            <mxPoint x="275" y="858" as="targetPoint" />
          </mxGeometry>
        </mxCell>
        <mxCell id="LdrxgRQo7zRXQQt_UOkl-33" value="rico:hasSuccessor" style="edgeLabel;resizable=0;html=1;;align=center;verticalAlign=middle;" parent="LdrxgRQo7zRXQQt_UOkl-32" connectable="0" vertex="1">
          <mxGeometry relative="1" as="geometry" />
        </mxCell>
        <mxCell id="LdrxgRQo7zRXQQt_UOkl-34" value="/KB/Agent/{SUC}" style="swimlane;fontStyle=0;childLayout=stackLayout;horizontal=1;startSize=26;fillColor=none;horizontalStack=0;resizeParent=1;resizeParentMax=0;resizeLast=0;collapsible=1;marginBottom=0;whiteSpace=wrap;html=1;strokeColor=#000000;" parent="1" vertex="1">
          <mxGeometry x="620" y="750" width="210" height="52" as="geometry" />
        </mxCell>
        <mxCell id="LdrxgRQo7zRXQQt_UOkl-35" value="rico:CorporateBody" style="text;strokeColor=none;fillColor=none;align=center;verticalAlign=top;spacingLeft=4;spacingRight=4;overflow=hidden;rotatable=0;points=[[0,0.5],[1,0.5]];portConstraint=eastwest;whiteSpace=wrap;html=1;" parent="LdrxgRQo7zRXQQt_UOkl-34" vertex="1">
          <mxGeometry y="26" width="210" height="26" as="geometry" />
        </mxCell>
        <mxCell id="LdrxgRQo7zRXQQt_UOkl-36" value="" style="endArrow=classic;html=1;rounded=0;exitX=0;exitY=0.5;exitDx=0;exitDy=0;entryX=0.5;entryY=0;entryDx=0;entryDy=0;" parent="1" source="gmwnegnUR_CNORKRYM6Y-2" target="LdrxgRQo7zRXQQt_UOkl-38" edge="1">
          <mxGeometry relative="1" as="geometry">
            <mxPoint x="203" y="949" as="sourcePoint" />
            <mxPoint x="-70" y="770" as="targetPoint" />
          </mxGeometry>
        </mxCell>
        <mxCell id="LdrxgRQo7zRXQQt_UOkl-37" value="rico:hasOrHadAgentName" style="edgeLabel;resizable=0;html=1;;align=center;verticalAlign=middle;" parent="LdrxgRQo7zRXQQt_UOkl-36" connectable="0" vertex="1">
          <mxGeometry relative="1" as="geometry" />
        </mxCell>
        <mxCell id="LdrxgRQo7zRXQQt_UOkl-38" value="/KB/ParallelAgentName/{PAR}" style="swimlane;fontStyle=0;childLayout=stackLayout;horizontal=1;startSize=26;fillColor=none;horizontalStack=0;resizeParent=1;resizeParentMax=0;resizeLast=0;collapsible=1;marginBottom=0;whiteSpace=wrap;html=1;" parent="1" vertex="1">
          <mxGeometry x="-150" y="448" width="220" height="52" as="geometry">
            <mxRectangle x="981" y="570" width="50" height="40" as="alternateBounds" />
          </mxGeometry>
        </mxCell>
        <mxCell id="LdrxgRQo7zRXQQt_UOkl-39" value="rico:AgentName" style="text;strokeColor=none;fillColor=none;align=center;verticalAlign=top;spacingLeft=4;spacingRight=4;overflow=hidden;rotatable=0;points=[[0,0.5],[1,0.5]];portConstraint=eastwest;whiteSpace=wrap;html=1;" parent="LdrxgRQo7zRXQQt_UOkl-38" vertex="1">
          <mxGeometry y="26" width="220" height="26" as="geometry" />
        </mxCell>
        <mxCell id="LdrxgRQo7zRXQQt_UOkl-40" value="" style="endArrow=classic;html=1;rounded=0;entryX=0.5;entryY=0;entryDx=0;entryDy=0;exitX=0;exitY=0.5;exitDx=0;exitDy=0;" parent="1" source="LdrxgRQo7zRXQQt_UOkl-38" target="LdrxgRQo7zRXQQt_UOkl-42" edge="1">
          <mxGeometry relative="1" as="geometry">
            <mxPoint x="-180" y="700" as="sourcePoint" />
            <mxPoint x="-300" y="749" as="targetPoint" />
          </mxGeometry>
        </mxCell>
        <mxCell id="LdrxgRQo7zRXQQt_UOkl-41" value="rico:hasOrHadType" style="edgeLabel;resizable=0;html=1;;align=center;verticalAlign=middle;" parent="LdrxgRQo7zRXQQt_UOkl-40" connectable="0" vertex="1">
          <mxGeometry relative="1" as="geometry" />
        </mxCell>
        <mxCell id="LdrxgRQo7zRXQQt_UOkl-42" value="/Schema/Authority/ParallelAgentName" style="swimlane;fontStyle=0;childLayout=stackLayout;horizontal=1;startSize=26;fillColor=none;horizontalStack=0;resizeParent=1;resizeParentMax=0;resizeLast=0;collapsible=1;marginBottom=0;whiteSpace=wrap;html=1;strokeColor=#FF0000;" parent="1" vertex="1">
          <mxGeometry x="-620" y="630" width="260" height="52" as="geometry" />
        </mxCell>
        <mxCell id="LdrxgRQo7zRXQQt_UOkl-43" value="rico:Type" style="text;strokeColor=none;fillColor=none;align=center;verticalAlign=top;spacingLeft=4;spacingRight=4;overflow=hidden;rotatable=0;points=[[0,0.5],[1,0.5]];portConstraint=eastwest;whiteSpace=wrap;html=1;" parent="LdrxgRQo7zRXQQt_UOkl-42" vertex="1">
          <mxGeometry y="26" width="260" height="26" as="geometry" />
        </mxCell>
        <mxCell id="LdrxgRQo7zRXQQt_UOkl-47" value="/Schema/Authority/AuthorityType#{AUTHTP}" style="swimlane;fontStyle=0;childLayout=stackLayout;horizontal=1;startSize=26;fillColor=none;horizontalStack=0;resizeParent=1;resizeParentMax=0;resizeLast=0;collapsible=1;marginBottom=0;whiteSpace=wrap;html=1;strokeColor=#FF0000;" parent="1" vertex="1">
          <mxGeometry x="1100" y="930" width="330" height="52" as="geometry">
            <mxRectangle x="981" y="570" width="50" height="40" as="alternateBounds" />
          </mxGeometry>
        </mxCell>
        <mxCell id="LdrxgRQo7zRXQQt_UOkl-48" value="rico:CorporateBodyType" style="text;strokeColor=none;fillColor=none;align=center;verticalAlign=top;spacingLeft=4;spacingRight=4;overflow=hidden;rotatable=0;points=[[0,0.5],[1,0.5]];portConstraint=eastwest;whiteSpace=wrap;html=1;" parent="LdrxgRQo7zRXQQt_UOkl-47" vertex="1">
          <mxGeometry y="26" width="330" height="26" as="geometry" />
        </mxCell>
        <mxCell id="LdrxgRQo7zRXQQt_UOkl-49" value="" style="endArrow=classic;html=1;rounded=0;entryX=0.5;entryY=0;entryDx=0;entryDy=0;exitX=0.676;exitY=1.042;exitDx=0;exitDy=0;exitPerimeter=0;" parent="1" source="Z80UwrU0Vu5smdOcJr8o-2" target="LdrxgRQo7zRXQQt_UOkl-47" edge="1">
          <mxGeometry relative="1" as="geometry">
            <mxPoint x="1150" y="730" as="sourcePoint" />
            <mxPoint x="481" y="889" as="targetPoint" />
          </mxGeometry>
        </mxCell>
        <mxCell id="LdrxgRQo7zRXQQt_UOkl-50" value="rico:hasOrHadCorporateBodyType" style="edgeLabel;resizable=0;html=1;;align=center;verticalAlign=middle;" parent="LdrxgRQo7zRXQQt_UOkl-49" connectable="0" vertex="1">
          <mxGeometry relative="1" as="geometry" />
        </mxCell>
        <mxCell id="LdrxgRQo7zRXQQt_UOkl-51" value="" style="endArrow=classic;html=1;rounded=0;exitX=0.474;exitY=0.98;exitDx=0;exitDy=0;entryX=0.5;entryY=0;entryDx=0;entryDy=0;exitPerimeter=0;" parent="1" source="LdrxgRQo7zRXQQt_UOkl-24" target="LdrxgRQo7zRXQQt_UOkl-53" edge="1">
          <mxGeometry relative="1" as="geometry">
            <mxPoint x="80" y="1180" as="sourcePoint" />
            <mxPoint x="10" y="1180" as="targetPoint" />
          </mxGeometry>
        </mxCell>
        <mxCell id="LdrxgRQo7zRXQQt_UOkl-52" value="rico:hasOrHadType" style="edgeLabel;resizable=0;html=1;;align=center;verticalAlign=middle;" parent="LdrxgRQo7zRXQQt_UOkl-51" connectable="0" vertex="1">
          <mxGeometry relative="1" as="geometry" />
        </mxCell>
        <mxCell id="LdrxgRQo7zRXQQt_UOkl-53" value="/Schema/Authority/VariantAgentName" style="swimlane;fontStyle=0;childLayout=stackLayout;horizontal=1;startSize=26;fillColor=none;horizontalStack=0;resizeParent=1;resizeParentMax=0;resizeLast=0;collapsible=1;marginBottom=0;whiteSpace=wrap;html=1;strokeColor=#FF0000;" parent="1" vertex="1">
          <mxGeometry x="-437.5" y="840" width="247.5" height="52" as="geometry" />
        </mxCell>
        <mxCell id="LdrxgRQo7zRXQQt_UOkl-54" value="rico:Type" style="text;strokeColor=none;fillColor=none;align=center;verticalAlign=top;spacingLeft=4;spacingRight=4;overflow=hidden;rotatable=0;points=[[0,0.5],[1,0.5]];portConstraint=eastwest;whiteSpace=wrap;html=1;" parent="LdrxgRQo7zRXQQt_UOkl-53" vertex="1">
          <mxGeometry y="26" width="247.5" height="26" as="geometry" />
        </mxCell>
        <mxCell id="PsgF6pNrnCMBm3obLfe6-1" value="" style="endArrow=classic;html=1;rounded=0;exitX=0.75;exitY=0;exitDx=0;exitDy=0;entryX=0.526;entryY=0.923;entryDx=0;entryDy=0;entryPerimeter=0;" parent="1" source="iiJ8OJKaNMLrSCaLO3TT-1" target="PsgF6pNrnCMBm3obLfe6-4" edge="1">
          <mxGeometry relative="1" as="geometry">
            <mxPoint x="307" y="90" as="sourcePoint" />
            <mxPoint x="410" y="30" as="targetPoint" />
          </mxGeometry>
        </mxCell>
        <mxCell id="PsgF6pNrnCMBm3obLfe6-2" value="rico:hasOrHadType" style="edgeLabel;resizable=0;html=1;;align=center;verticalAlign=middle;" parent="PsgF6pNrnCMBm3obLfe6-1" connectable="0" vertex="1">
          <mxGeometry relative="1" as="geometry" />
        </mxCell>
        <mxCell id="PsgF6pNrnCMBm3obLfe6-3" value="/Schema/Authority/NaturalAgentName" style="swimlane;fontStyle=0;childLayout=stackLayout;horizontal=1;startSize=26;fillColor=none;horizontalStack=0;resizeParent=1;resizeParentMax=0;resizeLast=0;collapsible=1;marginBottom=0;whiteSpace=wrap;html=1;strokeColor=#FF0000;" parent="1" vertex="1">
          <mxGeometry x="200" y="-32" width="270" height="52" as="geometry">
            <mxRectangle x="981" y="570" width="50" height="40" as="alternateBounds" />
          </mxGeometry>
        </mxCell>
        <mxCell id="PsgF6pNrnCMBm3obLfe6-4" value="rico:Type" style="text;strokeColor=none;fillColor=none;align=center;verticalAlign=top;spacingLeft=4;spacingRight=4;overflow=hidden;rotatable=0;points=[[0,0.5],[1,0.5]];portConstraint=eastwest;whiteSpace=wrap;html=1;" parent="PsgF6pNrnCMBm3obLfe6-3" vertex="1">
          <mxGeometry y="26" width="270" height="26" as="geometry" />
        </mxCell>
        <mxCell id="cuPy41NEiSmLZpDvVlvN-1" value="{CMTAU}" style="html=1;whiteSpace=wrap;rounded=1;arcSize=50;" parent="1" vertex="1">
          <mxGeometry x="1040" y="570" width="150" height="50" as="geometry" />
        </mxCell>
        <mxCell id="cuPy41NEiSmLZpDvVlvN-2" value="" style="endArrow=classic;html=1;rounded=0;exitX=0.801;exitY=1.01;exitDx=0;exitDy=0;exitPerimeter=0;entryX=0;entryY=0.5;entryDx=0;entryDy=0;" parent="1" source="gmwnegnUR_CNORKRYM6Y-2" target="cuPy41NEiSmLZpDvVlvN-1" edge="1">
          <mxGeometry relative="1" as="geometry">
            <mxPoint x="461" y="433" as="sourcePoint" />
            <mxPoint x="1157" y="485" as="targetPoint" />
          </mxGeometry>
        </mxCell>
        <mxCell id="cuPy41NEiSmLZpDvVlvN-3" value="auth:privateNote" style="edgeLabel;resizable=0;html=1;;align=center;verticalAlign=middle;" parent="cuPy41NEiSmLZpDvVlvN-2" connectable="0" vertex="1">
          <mxGeometry relative="1" as="geometry">
            <mxPoint x="69" y="16" as="offset" />
          </mxGeometry>
        </mxCell>
        <mxCell id="cuPy41NEiSmLZpDvVlvN-4" value="" style="endArrow=classic;html=1;rounded=0;entryX=0.5;entryY=0;entryDx=0;entryDy=0;exitX=0.557;exitY=0.995;exitDx=0;exitDy=0;exitPerimeter=0;" parent="1" source="I4GB3cVhTv-sTvJ7h0Jz-30" target="cuPy41NEiSmLZpDvVlvN-6" edge="1">
          <mxGeometry relative="1" as="geometry">
            <mxPoint x="69.99999999999986" y="344.0799999999999" as="sourcePoint" />
            <mxPoint x="39.59" y="650" as="targetPoint" />
          </mxGeometry>
        </mxCell>
        <mxCell id="cuPy41NEiSmLZpDvVlvN-5" value="rico:lastModificationDate" style="edgeLabel;resizable=0;html=1;;align=center;verticalAlign=middle;" parent="cuPy41NEiSmLZpDvVlvN-4" connectable="0" vertex="1">
          <mxGeometry relative="1" as="geometry">
            <mxPoint x="15" y="-1" as="offset" />
          </mxGeometry>
        </mxCell>
        <mxCell id="cuPy41NEiSmLZpDvVlvN-6" value="{MOD_DATE}" style="html=1;whiteSpace=wrap;rounded=1;arcSize=50;" parent="1" vertex="1">
          <mxGeometry x="-510" y="500" width="110" height="50" as="geometry" />
        </mxCell>
        <mxCell id="T4FhXZd-5XpHwweIhw_B-1" value="/KB/Agent/{REFA}" style="swimlane;fontStyle=0;childLayout=stackLayout;horizontal=1;startSize=26;fillColor=none;horizontalStack=0;resizeParent=1;resizeParentMax=0;resizeLast=0;collapsible=1;marginBottom=0;whiteSpace=wrap;html=1;strokeColor=#FF0000;" parent="1" vertex="1">
          <mxGeometry x="415" y="80" width="175" height="52" as="geometry" />
        </mxCell>
        <mxCell id="T4FhXZd-5XpHwweIhw_B-2" value="rico:CorporateBody" style="text;strokeColor=none;fillColor=none;align=center;verticalAlign=top;spacingLeft=4;spacingRight=4;overflow=hidden;rotatable=0;points=[[0,0.5],[1,0.5]];portConstraint=eastwest;whiteSpace=wrap;html=1;" parent="T4FhXZd-5XpHwweIhw_B-1" vertex="1">
          <mxGeometry y="26" width="175" height="26" as="geometry" />
        </mxCell>
        <mxCell id="T4FhXZd-5XpHwweIhw_B-3" value="" style="endArrow=classic;html=1;rounded=0;exitX=0.5;exitY=0;exitDx=0;exitDy=0;entryX=0.452;entryY=1.026;entryDx=0;entryDy=0;entryPerimeter=0;" parent="1" source="gmwnegnUR_CNORKRYM6Y-1" target="T4FhXZd-5XpHwweIhw_B-2" edge="1">
          <mxGeometry relative="1" as="geometry">
            <mxPoint x="567" y="294.5" as="sourcePoint" />
            <mxPoint x="493" y="157.5" as="targetPoint" />
          </mxGeometry>
        </mxCell>
        <mxCell id="T4FhXZd-5XpHwweIhw_B-4" value="rico:isEquivalentTo" style="edgeLabel;resizable=0;html=1;;align=center;verticalAlign=middle;" parent="T4FhXZd-5XpHwweIhw_B-3" connectable="0" vertex="1">
          <mxGeometry relative="1" as="geometry" />
        </mxCell>
        <mxCell id="mXWEuhzCrtuQsP6tQl7L-1" value="/KB/Rule/RulesForArchivalDescription" style="swimlane;fontStyle=0;childLayout=stackLayout;horizontal=1;startSize=26;fillColor=none;horizontalStack=0;resizeParent=1;resizeParentMax=0;resizeLast=0;collapsible=1;marginBottom=0;whiteSpace=wrap;html=1;" parent="1" vertex="1">
          <mxGeometry x="-860" y="387" width="280" height="52" as="geometry" />
        </mxCell>
        <mxCell id="mXWEuhzCrtuQsP6tQl7L-2" value="rico:Rule" style="text;strokeColor=none;fillColor=none;align=center;verticalAlign=top;spacingLeft=4;spacingRight=4;overflow=hidden;rotatable=0;points=[[0,0.5],[1,0.5]];portConstraint=eastwest;whiteSpace=wrap;html=1;" parent="mXWEuhzCrtuQsP6tQl7L-1" vertex="1">
          <mxGeometry y="26" width="280" height="26" as="geometry" />
        </mxCell>
        <mxCell id="mXWEuhzCrtuQsP6tQl7L-3" value="" style="endArrow=classic;html=1;rounded=0;entryX=0.5;entryY=0;entryDx=0;entryDy=0;exitX=0;exitY=0.5;exitDx=0;exitDy=0;" parent="1" source="mXWEuhzCrtuQsP6tQl7L-2" target="mXWEuhzCrtuQsP6tQl7L-5" edge="1">
          <mxGeometry relative="1" as="geometry">
            <mxPoint x="-872.7" y="439.00000000000034" as="sourcePoint" />
            <mxPoint x="-650" y="669.64" as="targetPoint" />
          </mxGeometry>
        </mxCell>
        <mxCell id="mXWEuhzCrtuQsP6tQl7L-4" value="rico:title" style="edgeLabel;resizable=0;html=1;;align=center;verticalAlign=middle;" parent="mXWEuhzCrtuQsP6tQl7L-3" connectable="0" vertex="1">
          <mxGeometry relative="1" as="geometry">
            <mxPoint x="9" y="-5" as="offset" />
          </mxGeometry>
        </mxCell>
        <mxCell id="mXWEuhzCrtuQsP6tQl7L-5" value="{RULES}" style="html=1;whiteSpace=wrap;rounded=1;arcSize=50;" parent="1" vertex="1">
          <mxGeometry x="-1230" y="500" width="110" height="50" as="geometry" />
        </mxCell>
-         <mxCell id="mXWEuhzCrtuQsP6tQl7L-6" value="{CONTAG} - {HEADING} (Agent Control Relation). Context: &lt;urn:uuid:{UUID}&gt;" style="html=1;whiteSpace=wrap;rounded=1;arcSize=50;" parent="1" vertex="1">
+         <mxCell id="mXWEuhzCrtuQsP6tQl7L-6" value="{CONTAG} - {HEADING} (Agent Control Relation). Context: &lt;span&gt;&lt;&lt;/span&gt;urn:uuid:&lt;span&gt;{UUID}&lt;/span&gt;&lt;span&gt;&gt;&lt;/span&gt;" style="html=1;whiteSpace=wrap;rounded=1;arcSize=50;" parent="1" vertex="1">
          <mxGeometry x="410" y="1070" width="570" height="50" as="geometry" />
        </mxCell>
        <mxCell id="mXWEuhzCrtuQsP6tQl7L-7" value="" style="endArrow=classic;html=1;rounded=0;exitX=1;exitY=0.5;exitDx=0;exitDy=0;entryX=0;entryY=0.5;entryDx=0;entryDy=0;" parent="1" source="LdrxgRQo7zRXQQt_UOkl-8" target="mXWEuhzCrtuQsP6tQl7L-6" edge="1">
          <mxGeometry relative="1" as="geometry">
            <mxPoint x="91" y="1073" as="sourcePoint" />
            <mxPoint x="146" y="1190" as="targetPoint" />
          </mxGeometry>
        </mxCell>
        <mxCell id="mXWEuhzCrtuQsP6tQl7L-8" value="rdfs:label" style="edgeLabel;resizable=0;html=1;;align=center;verticalAlign=middle;" parent="mXWEuhzCrtuQsP6tQl7L-7" connectable="0" vertex="1">
          <mxGeometry relative="1" as="geometry">
            <mxPoint y="-2" as="offset" />
          </mxGeometry>
        </mxCell>
        <mxCell id="mXWEuhzCrtuQsP6tQl7L-9" value="" style="endArrow=classic;html=1;rounded=0;entryX=1;entryY=0.5;entryDx=0;entryDy=0;exitX=0;exitY=0.25;exitDx=0;exitDy=0;" parent="1" source="mXWEuhzCrtuQsP6tQl7L-1" edge="1">
          <mxGeometry relative="1" as="geometry">
            <mxPoint x="-970" y="413.5000000000002" as="sourcePoint" />
            <mxPoint x="-1179.9999999999998" y="414.5" as="targetPoint" />
          </mxGeometry>
        </mxCell>
        <mxCell id="mXWEuhzCrtuQsP6tQl7L-10" value="rdfs:label" style="edgeLabel;resizable=0;html=1;;align=center;verticalAlign=middle;" parent="mXWEuhzCrtuQsP6tQl7L-9" connectable="0" vertex="1">
          <mxGeometry relative="1" as="geometry">
            <mxPoint x="-5" y="-1" as="offset" />
          </mxGeometry>
        </mxCell>
        <mxCell id="mXWEuhzCrtuQsP6tQl7L-11" value="Rules for Archival Description" style="html=1;whiteSpace=wrap;rounded=1;arcSize=50;" parent="1" vertex="1">
          <mxGeometry x="-1310" y="389" width="130" height="50" as="geometry" />
        </mxCell>
        <mxCell id="Z80UwrU0Vu5smdOcJr8o-1" value="/KB/{RICO_AUTHTP_CORPORATEBODY}/{HEADING}" style="swimlane;fontStyle=0;childLayout=stackLayout;horizontal=1;startSize=26;fillColor=none;horizontalStack=0;resizeParent=1;resizeParentMax=0;resizeLast=0;collapsible=1;marginBottom=0;whiteSpace=wrap;html=1;strokeColor=#FF0000;" parent="1" vertex="1">
          <mxGeometry x="945" y="760" width="340" height="52" as="geometry" />
        </mxCell>
        <mxCell id="Z80UwrU0Vu5smdOcJr8o-2" value="rico:CorporateBody" style="text;strokeColor=none;fillColor=none;align=center;verticalAlign=top;spacingLeft=4;spacingRight=4;overflow=hidden;rotatable=0;points=[[0,0.5],[1,0.5]];portConstraint=eastwest;whiteSpace=wrap;html=1;" parent="Z80UwrU0Vu5smdOcJr8o-1" vertex="1">
          <mxGeometry y="26" width="340" height="26" as="geometry" />
        </mxCell>
        <mxCell id="Z80UwrU0Vu5smdOcJr8o-4" value="{HEADING} (Corporate Body)" style="html=1;whiteSpace=wrap;rounded=1;arcSize=50;" parent="1" vertex="1">
          <mxGeometry x="1080" y="661" width="350" height="50" as="geometry" />
        </mxCell>
        <mxCell id="Z80UwrU0Vu5smdOcJr8o-5" value="" style="endArrow=classic;html=1;rounded=0;exitX=0.5;exitY=0;exitDx=0;exitDy=0;entryX=0.25;entryY=1;entryDx=0;entryDy=0;" parent="1" source="Z80UwrU0Vu5smdOcJr8o-1" target="Z80UwrU0Vu5smdOcJr8o-4" edge="1">
          <mxGeometry relative="1" as="geometry">
            <mxPoint x="900" y="640" as="sourcePoint" />
            <mxPoint x="816" y="781" as="targetPoint" />
          </mxGeometry>
        </mxCell>
        <mxCell id="Z80UwrU0Vu5smdOcJr8o-6" value="rdfs:label" style="edgeLabel;resizable=0;html=1;;align=center;verticalAlign=middle;" parent="Z80UwrU0Vu5smdOcJr8o-5" connectable="0" vertex="1">
          <mxGeometry relative="1" as="geometry">
            <mxPoint y="-2" as="offset" />
          </mxGeometry>
        </mxCell>
        <mxCell id="Z80UwrU0Vu5smdOcJr8o-7" value="" style="html=1;whiteSpace=wrap;rounded=1;arcSize=50;" parent="1" vertex="1">
          <mxGeometry x="620" y="620" width="50" height="50" as="geometry" />
        </mxCell>
        <mxCell id="Z80UwrU0Vu5smdOcJr8o-8" value="" style="endArrow=classic;html=1;rounded=0;exitX=0.6;exitY=0.962;exitDx=0;exitDy=0;entryX=0.25;entryY=0;entryDx=0;entryDy=0;exitPerimeter=0;" parent="1" source="gmwnegnUR_CNORKRYM6Y-2" target="Z80UwrU0Vu5smdOcJr8o-7" edge="1">
          <mxGeometry relative="1" as="geometry">
            <mxPoint x="595" y="760" as="sourcePoint" />
            <mxPoint x="296" y="781" as="targetPoint" />
          </mxGeometry>
        </mxCell>
        <mxCell id="Z80UwrU0Vu5smdOcJr8o-9" value="rdfs:label" style="edgeLabel;resizable=0;html=1;;align=center;verticalAlign=middle;" parent="Z80UwrU0Vu5smdOcJr8o-8" connectable="0" vertex="1">
          <mxGeometry relative="1" as="geometry">
            <mxPoint y="-2" as="offset" />
          </mxGeometry>
        </mxCell>
        <mxCell id="Z80UwrU0Vu5smdOcJr8o-10" value="/KB/{RICO_AUTHTP_FAMILY}/{HEADING}" style="swimlane;fontStyle=0;childLayout=stackLayout;horizontal=1;startSize=26;fillColor=none;horizontalStack=0;resizeParent=1;resizeParentMax=0;resizeLast=0;collapsible=1;marginBottom=0;whiteSpace=wrap;html=1;strokeColor=#FF0000;" parent="1" vertex="1">
          <mxGeometry x="1500" y="730" width="280" height="52" as="geometry" />
        </mxCell>
        <mxCell id="Z80UwrU0Vu5smdOcJr8o-11" value="rico:Family" style="text;strokeColor=none;fillColor=none;align=center;verticalAlign=top;spacingLeft=4;spacingRight=4;overflow=hidden;rotatable=0;points=[[0,0.5],[1,0.5]];portConstraint=eastwest;whiteSpace=wrap;html=1;" parent="Z80UwrU0Vu5smdOcJr8o-10" vertex="1">
          <mxGeometry y="26" width="280" height="26" as="geometry" />
        </mxCell>
        <mxCell id="Z80UwrU0Vu5smdOcJr8o-12" value="/KB/{RICO_AUTHTP_PLACE}/{HEADING}" style="swimlane;fontStyle=0;childLayout=stackLayout;horizontal=1;startSize=26;fillColor=none;horizontalStack=0;resizeParent=1;resizeParentMax=0;resizeLast=0;collapsible=1;marginBottom=0;whiteSpace=wrap;html=1;strokeColor=#FF0000;" parent="1" vertex="1">
          <mxGeometry x="1530" y="910" width="280" height="52" as="geometry" />
        </mxCell>
        <mxCell id="Z80UwrU0Vu5smdOcJr8o-13" value="rico:Place" style="text;strokeColor=none;fillColor=none;align=center;verticalAlign=top;spacingLeft=4;spacingRight=4;overflow=hidden;rotatable=0;points=[[0,0.5],[1,0.5]];portConstraint=eastwest;whiteSpace=wrap;html=1;" parent="Z80UwrU0Vu5smdOcJr8o-12" vertex="1">
          <mxGeometry y="26" width="280" height="26" as="geometry" />
        </mxCell>
        <mxCell id="Z80UwrU0Vu5smdOcJr8o-14" value="/KB/{RICO_AUTHTP_PERSON}/{HEADING}" style="swimlane;fontStyle=0;childLayout=stackLayout;horizontal=1;startSize=26;fillColor=none;horizontalStack=0;resizeParent=1;resizeParentMax=0;resizeLast=0;collapsible=1;marginBottom=0;whiteSpace=wrap;html=1;strokeColor=#FF0000;" parent="1" vertex="1">
          <mxGeometry x="1440" y="818" width="280" height="52" as="geometry" />
        </mxCell>
        <mxCell id="Z80UwrU0Vu5smdOcJr8o-15" value="rico:Person" style="text;strokeColor=none;fillColor=none;align=center;verticalAlign=top;spacingLeft=4;spacingRight=4;overflow=hidden;rotatable=0;points=[[0,0.5],[1,0.5]];portConstraint=eastwest;whiteSpace=wrap;html=1;" parent="Z80UwrU0Vu5smdOcJr8o-14" vertex="1">
          <mxGeometry y="26" width="280" height="26" as="geometry" />
        </mxCell>
        <mxCell id="Z80UwrU0Vu5smdOcJr8o-16" value="{HEADING} (Family)" style="html=1;whiteSpace=wrap;rounded=1;arcSize=50;" parent="1" vertex="1">
          <mxGeometry x="1710" y="630" width="350" height="50" as="geometry" />
        </mxCell>
        <mxCell id="Z80UwrU0Vu5smdOcJr8o-17" value="" style="endArrow=classic;html=1;rounded=0;exitX=0.75;exitY=0;exitDx=0;exitDy=0;entryX=0.25;entryY=1;entryDx=0;entryDy=0;" parent="1" source="Z80UwrU0Vu5smdOcJr8o-10" target="Z80UwrU0Vu5smdOcJr8o-16" edge="1">
          <mxGeometry relative="1" as="geometry">
            <mxPoint x="1745" y="729" as="sourcePoint" />
            <mxPoint x="1446" y="750" as="targetPoint" />
          </mxGeometry>
        </mxCell>
        <mxCell id="Z80UwrU0Vu5smdOcJr8o-18" value="rdfs:label" style="edgeLabel;resizable=0;html=1;;align=center;verticalAlign=middle;" parent="Z80UwrU0Vu5smdOcJr8o-17" connectable="0" vertex="1">
          <mxGeometry relative="1" as="geometry">
            <mxPoint y="-2" as="offset" />
          </mxGeometry>
        </mxCell>
        <mxCell id="Z80UwrU0Vu5smdOcJr8o-19" value="{HEADING} (Person)" style="html=1;whiteSpace=wrap;rounded=1;arcSize=50;" parent="1" vertex="1">
          <mxGeometry x="1830" y="730" width="300" height="50" as="geometry" />
        </mxCell>
        <mxCell id="Z80UwrU0Vu5smdOcJr8o-20" value="" style="endArrow=classic;html=1;rounded=0;exitX=1;exitY=0.25;exitDx=0;exitDy=0;entryX=0.25;entryY=1;entryDx=0;entryDy=0;" parent="1" source="Z80UwrU0Vu5smdOcJr8o-14" target="Z80UwrU0Vu5smdOcJr8o-19" edge="1">
          <mxGeometry relative="1" as="geometry">
            <mxPoint x="1865" y="829" as="sourcePoint" />
            <mxPoint x="1566" y="850" as="targetPoint" />
          </mxGeometry>
        </mxCell>
        <mxCell id="Z80UwrU0Vu5smdOcJr8o-21" value="rdfs:label" style="edgeLabel;resizable=0;html=1;;align=center;verticalAlign=middle;" parent="Z80UwrU0Vu5smdOcJr8o-20" connectable="0" vertex="1">
          <mxGeometry relative="1" as="geometry">
            <mxPoint y="-2" as="offset" />
          </mxGeometry>
        </mxCell>
        <mxCell id="Z80UwrU0Vu5smdOcJr8o-22" value="{HEADING} (Place)" style="html=1;whiteSpace=wrap;rounded=1;arcSize=50;" parent="1" vertex="1">
          <mxGeometry x="1880" y="823" width="290" height="50" as="geometry" />
        </mxCell>
        <mxCell id="Z80UwrU0Vu5smdOcJr8o-23" value="" style="endArrow=classic;html=1;rounded=0;exitX=1;exitY=0.25;exitDx=0;exitDy=0;entryX=0.25;entryY=1;entryDx=0;entryDy=0;" parent="1" source="Z80UwrU0Vu5smdOcJr8o-12" target="Z80UwrU0Vu5smdOcJr8o-22" edge="1">
          <mxGeometry relative="1" as="geometry">
            <mxPoint x="1915" y="922" as="sourcePoint" />
            <mxPoint x="1616" y="943" as="targetPoint" />
          </mxGeometry>
        </mxCell>
        <mxCell id="Z80UwrU0Vu5smdOcJr8o-24" value="rdfs:label" style="edgeLabel;resizable=0;html=1;;align=center;verticalAlign=middle;" parent="Z80UwrU0Vu5smdOcJr8o-23" connectable="0" vertex="1">
          <mxGeometry relative="1" as="geometry">
            <mxPoint y="-2" as="offset" />
          </mxGeometry>
        </mxCell>
        <mxCell id="Z80UwrU0Vu5smdOcJr8o-25" value="{SUC} (Corporate Body)" style="html=1;whiteSpace=wrap;rounded=1;arcSize=50;" parent="1" vertex="1">
          <mxGeometry x="780" y="872" width="310" height="50" as="geometry" />
        </mxCell>
        <mxCell id="Z80UwrU0Vu5smdOcJr8o-26" value="" style="endArrow=classic;html=1;rounded=0;exitX=1;exitY=0.5;exitDx=0;exitDy=0;entryX=0.25;entryY=0;entryDx=0;entryDy=0;" parent="1" source="LdrxgRQo7zRXQQt_UOkl-35" target="Z80UwrU0Vu5smdOcJr8o-25" edge="1">
          <mxGeometry relative="1" as="geometry">
            <mxPoint x="780" y="850" as="sourcePoint" />
            <mxPoint x="516" y="992" as="targetPoint" />
          </mxGeometry>
        </mxCell>
        <mxCell id="Z80UwrU0Vu5smdOcJr8o-27" value="rdfs:label" style="edgeLabel;resizable=0;html=1;;align=center;verticalAlign=middle;" parent="Z80UwrU0Vu5smdOcJr8o-26" connectable="0" vertex="1">
          <mxGeometry relative="1" as="geometry">
            <mxPoint y="-2" as="offset" />
          </mxGeometry>
        </mxCell>
        <mxCell id="Z80UwrU0Vu5smdOcJr8o-28" value="{PRED} (Corporate Body)" style="html=1;whiteSpace=wrap;rounded=1;arcSize=50;" parent="1" vertex="1">
          <mxGeometry x="700" y="970" width="310" height="50" as="geometry" />
        </mxCell>
        <mxCell id="Z80UwrU0Vu5smdOcJr8o-29" value="" style="endArrow=classic;html=1;rounded=0;exitX=1;exitY=0.5;exitDx=0;exitDy=0;entryX=0.25;entryY=0;entryDx=0;entryDy=0;" parent="1" source="LdrxgRQo7zRXQQt_UOkl-31" target="Z80UwrU0Vu5smdOcJr8o-28" edge="1">
          <mxGeometry relative="1" as="geometry">
            <mxPoint x="630" y="929" as="sourcePoint" />
            <mxPoint x="316" y="1132" as="targetPoint" />
          </mxGeometry>
        </mxCell>
        <mxCell id="Z80UwrU0Vu5smdOcJr8o-30" value="rdfs:label" style="edgeLabel;resizable=0;html=1;;align=center;verticalAlign=middle;" parent="Z80UwrU0Vu5smdOcJr8o-29" connectable="0" vertex="1">
          <mxGeometry relative="1" as="geometry">
            <mxPoint y="-2" as="offset" />
          </mxGeometry>
        </mxCell>
        <mxCell id="Z80UwrU0Vu5smdOcJr8o-31" value="{CONTAG} (Corporate Body)" style="html=1;whiteSpace=wrap;rounded=1;arcSize=50;" parent="1" vertex="1">
          <mxGeometry x="370" y="980" width="310" height="50" as="geometry" />
        </mxCell>
        <mxCell id="Z80UwrU0Vu5smdOcJr8o-32" value="" style="endArrow=classic;html=1;rounded=0;exitX=1;exitY=0.5;exitDx=0;exitDy=0;entryX=0.25;entryY=0;entryDx=0;entryDy=0;" parent="1" source="LdrxgRQo7zRXQQt_UOkl-6" target="Z80UwrU0Vu5smdOcJr8o-31" edge="1">
          <mxGeometry relative="1" as="geometry">
            <mxPoint x="800" y="940" as="sourcePoint" />
            <mxPoint x="386" y="1173" as="targetPoint" />
          </mxGeometry>
        </mxCell>
        <mxCell id="Z80UwrU0Vu5smdOcJr8o-33" value="rdfs:label" style="edgeLabel;resizable=0;html=1;;align=center;verticalAlign=middle;" parent="Z80UwrU0Vu5smdOcJr8o-32" connectable="0" vertex="1">
          <mxGeometry relative="1" as="geometry">
            <mxPoint y="-2" as="offset" />
          </mxGeometry>
        </mxCell>
      </root>
    </mxGraphModel>
  </diagram>
</mxfile>